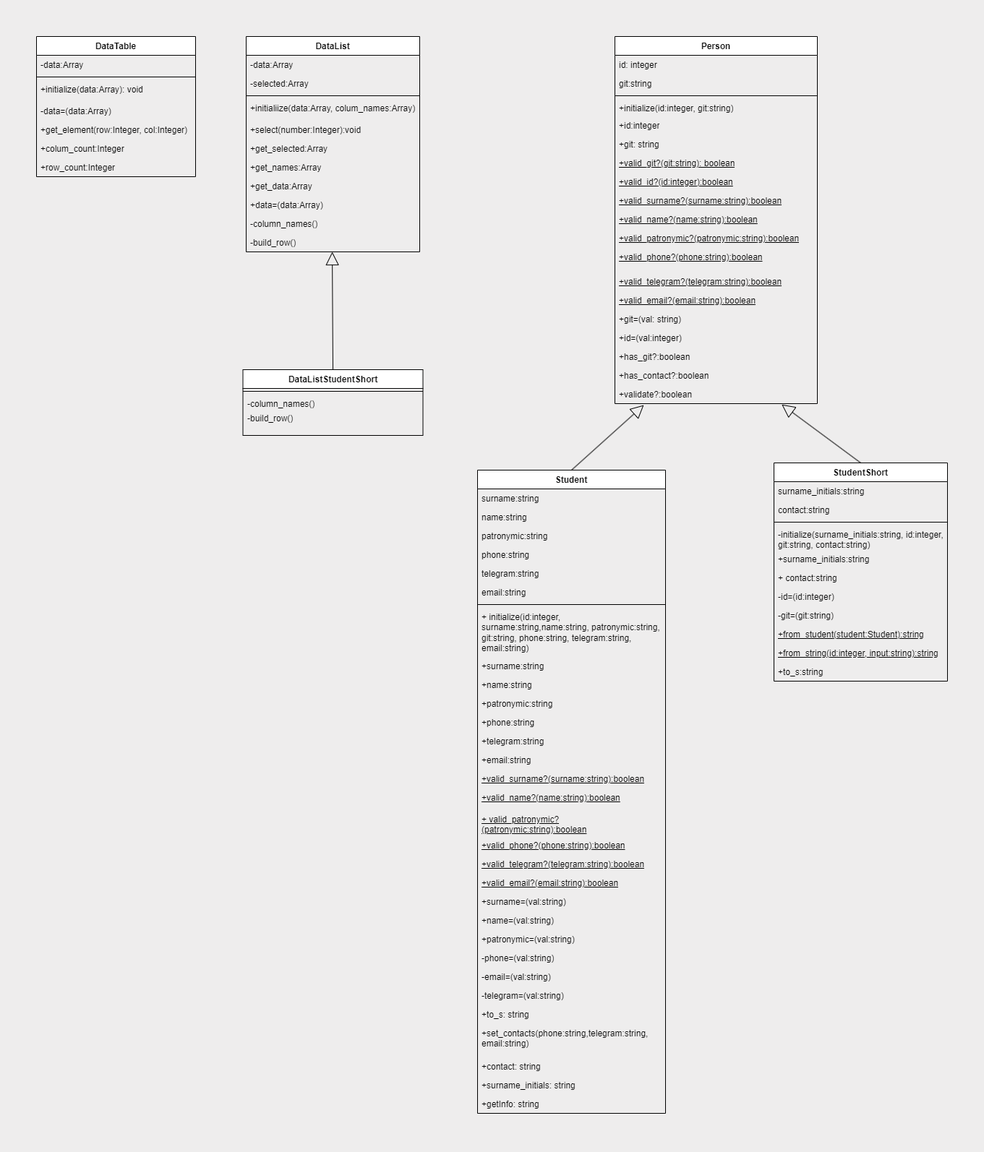
This is class_student/diagram1.png from llKristina/ruby, a draw.io export, as it was before one commit. Source tidied: cells renumbered, new cells last; positions are measured from the earlier drawing's top-left corner, leaving out a move shared by most shapes.
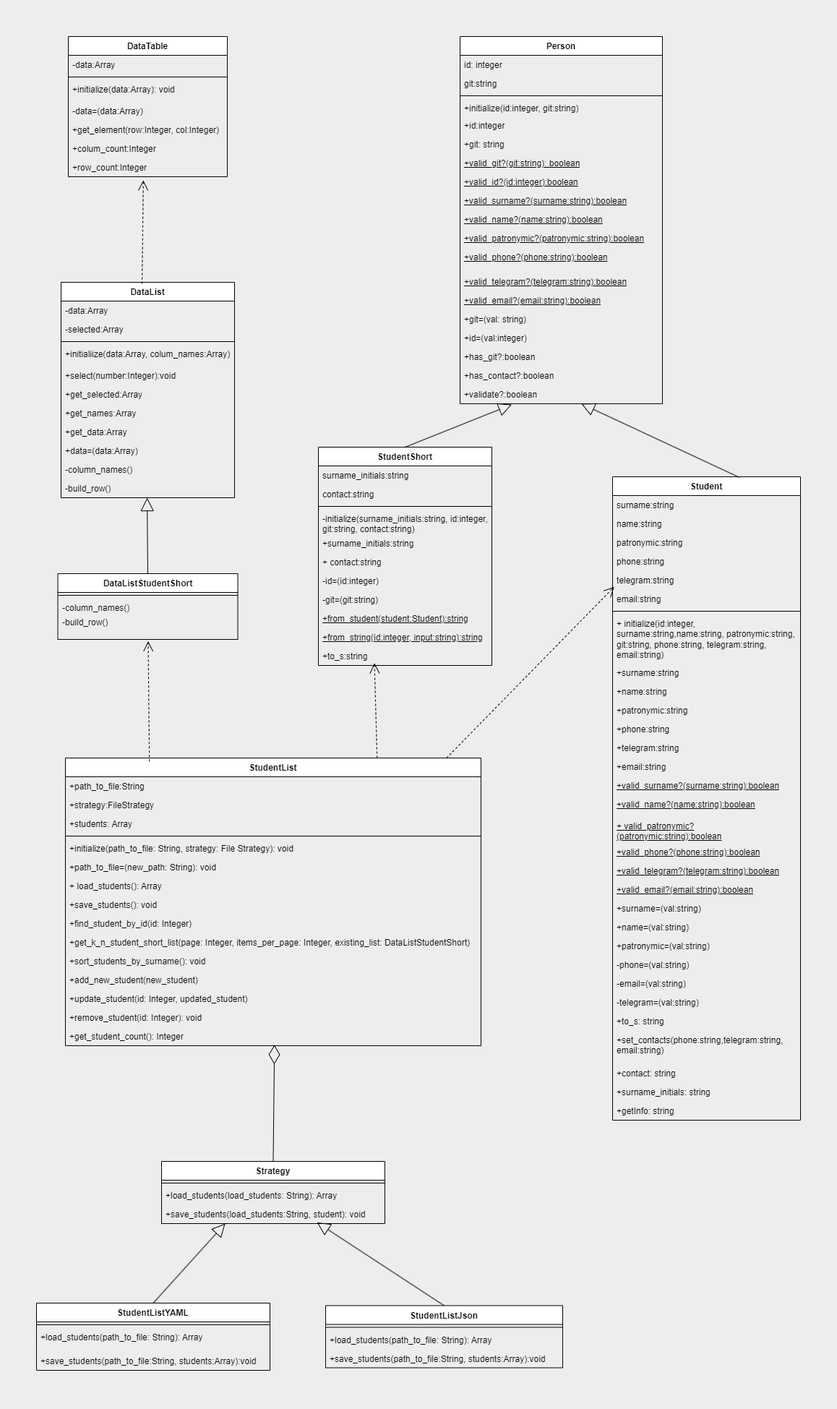
Above is the later version.

Diff of the diagram source:
```diff
@@ -63,7 +63,7 @@
       <mxGeometry y="482" width="280" height="26" as="geometry" />
     </mxCell>
     <mxCell id="22" value="Student" style="swimlane;fontStyle=1;align=center;verticalAlign=top;horizontal=1;startSize=26;whiteSpace=wrap;html=1;labelBackgroundColor=none;" parent="1" vertex="1">
-      <mxGeometry x="610" y="600" width="260" height="890" as="geometry" />
+      <mxGeometry x="1011" y="609" width="260" height="890" as="geometry" />
     </mxCell>
     <mxCell id="23" value="surname:string" style="text;strokeColor=none;fillColor=none;align=left;verticalAlign=top;spacingLeft=4;spacingRight=4;overflow=hidden;whiteSpace=wrap;html=1;labelBackgroundColor=none;" parent="22" vertex="1">
       <mxGeometry y="26" width="260" height="26" as="geometry" />
@@ -159,7 +159,7 @@
       <mxGeometry y="864" width="260" height="26" as="geometry" />
     </mxCell>
     <mxCell id="54" value="StudentShort" style="swimlane;fontStyle=1;align=center;verticalAlign=top;horizontal=1;startSize=26;whiteSpace=wrap;html=1;labelBackgroundColor=none;" parent="1" vertex="1">
-      <mxGeometry x="1020" y="590" width="240" height="302" as="geometry" />
+      <mxGeometry x="604" y="568" width="240" height="302" as="geometry" />
     </mxCell>
     <mxCell id="55" value="surname_initials:string" style="text;strokeColor=none;fillColor=none;align=left;verticalAlign=top;spacingLeft=4;spacingRight=4;overflow=hidden;whiteSpace=wrap;html=1;labelBackgroundColor=none;" parent="54" vertex="1">
       <mxGeometry y="26" width="240" height="26" as="geometry" />
@@ -194,16 +194,11 @@
     <mxCell id="65" value="+to_s:string" style="text;strokeColor=none;fillColor=none;align=left;verticalAlign=top;spacingLeft=4;spacingRight=4;overflow=hidden;points=[[0,0.5],[1,0.5]];portConstraint=eastwest;whiteSpace=wrap;html=1;labelBackgroundColor=none;" parent="54" vertex="1">
       <mxGeometry y="276" width="240" height="26" as="geometry" />
     </mxCell>
-    <mxCell id="66" style="endArrow=block;endSize=16;endFill=0;html=1;rounded=0;exitX=0.5;exitY=0;exitDx=0;exitDy=0;labelBackgroundColor=none;fontColor=default;" parent="1" edge="1" source="22">
-      <mxGeometry relative="1" as="geometry">
-        <mxPoint x="840" y="510" as="targetPoint" />
-      </mxGeometry>
-    </mxCell>
-    <mxCell id="67" style="endArrow=block;endSize=16;endFill=0;html=1;rounded=0;exitX=0.5;exitY=0;exitDx=0;exitDy=0;entryX=0.824;entryY=1.046;entryDx=0;entryDy=0;entryPerimeter=0;labelBackgroundColor=none;fontColor=default;" parent="1" edge="1" source="54" target="21">
+    <mxCell id="67" style="endArrow=block;endSize=16;endFill=0;html=1;rounded=0;exitX=0.675;exitY=0.001;exitDx=0;exitDy=0;labelBackgroundColor=none;fontColor=default;exitPerimeter=0;" parent="1" edge="1" source="22" target="21">
       <mxGeometry relative="1" as="geometry" />
     </mxCell>
     <mxCell id="68" value="DataTable" style="swimlane;fontStyle=1;align=center;verticalAlign=top;horizontal=1;startSize=26;whiteSpace=wrap;html=1;labelBackgroundColor=none;" parent="1" vertex="1">
-      <mxGeometry width="220" height="194" as="geometry" />
+      <mxGeometry x="258" width="220" height="194" as="geometry" />
     </mxCell>
     <mxCell id="69" value="-data:Array" style="text;strokeColor=none;fillColor=none;align=left;verticalAlign=top;spacingLeft=4;spacingRight=4;overflow=hidden;whiteSpace=wrap;html=1;labelBackgroundColor=none;" parent="68" vertex="1">
       <mxGeometry y="26" width="220" height="26" as="geometry" />
@@ -227,7 +222,7 @@
       <mxGeometry y="168" width="220" height="26" as="geometry" />
     </mxCell>
     <mxCell id="76" value="DataList" style="swimlane;fontStyle=1;align=center;verticalAlign=top;horizontal=1;startSize=26;whiteSpace=wrap;html=1;labelBackgroundColor=none;" parent="1" vertex="1">
-      <mxGeometry x="290" width="240" height="298" as="geometry" />
+      <mxGeometry x="248" y="340" width="240" height="298" as="geometry" />
     </mxCell>
     <mxCell id="77" value="-data:Array" style="text;strokeColor=none;fillColor=none;align=left;verticalAlign=top;spacingLeft=4;spacingRight=4;overflow=hidden;whiteSpace=wrap;html=1;labelBackgroundColor=none;" parent="76" vertex="1">
       <mxGeometry y="26" width="240" height="26" as="geometry" />
@@ -263,7 +258,7 @@
       <mxGeometry y="272" width="240" height="26" as="geometry" />
     </mxCell>
     <mxCell id="88" value="DataListStudentShort" style="swimlane;fontStyle=1;align=center;verticalAlign=top;horizontal=1;startSize=26;whiteSpace=wrap;html=1;labelBackgroundColor=none;" parent="1" vertex="1">
-      <mxGeometry x="285.5" y="461" width="249" height="91" as="geometry" />
+      <mxGeometry x="243.5" y="743" width="249" height="91" as="geometry" />
     </mxCell>
     <mxCell id="89" style="line;strokeWidth=1;fillColor=none;align=left;verticalAlign=middle;spacingTop=-1;spacingLeft=3;spacingRight=3;labelPosition=right;labelBackgroundColor=none;" parent="88" vertex="1">
       <mxGeometry y="26" width="249" height="8" as="geometry" />
@@ -277,5 +272,113 @@
     <mxCell id="92" style="endArrow=block;endSize=16;endFill=0;html=1;rounded=0;exitX=0.5;exitY=0;exitDx=0;exitDy=0;entryX=0.496;entryY=1;entryDx=0;entryDy=0;entryPerimeter=0;labelBackgroundColor=none;fontColor=default;" parent="1" edge="1" source="88" target="87">
       <mxGeometry relative="1" as="geometry" />
     </mxCell>
+    <mxCell id="93" style="endArrow=open;endSize=12;dashed=1;html=1;rounded=0;entryX=0.472;entryY=1.185;entryDx=0;entryDy=0;entryPerimeter=0;exitX=0.467;exitY=0.007;exitDx=0;exitDy=0;exitPerimeter=0;" parent="1" edge="1" source="76" target="75">
+      <mxGeometry relative="1" as="geometry" />
+    </mxCell>
+    <mxCell id="66" style="endArrow=block;endSize=16;endFill=0;html=1;rounded=0;labelBackgroundColor=none;fontColor=default;entryX=0.255;entryY=1.046;entryDx=0;entryDy=0;entryPerimeter=0;exitX=0.5;exitY=0;exitDx=0;exitDy=0;" parent="1" edge="1" source="54" target="21">
+      <mxGeometry relative="1" as="geometry" />
+    </mxCell>
+    <mxCell id="94" value="StudentList" style="swimlane;fontStyle=1;align=center;verticalAlign=top;horizontal=1;startSize=26;whiteSpace=wrap;html=1;" parent="1" vertex="1">
+      <mxGeometry x="254" y="998" width="575" height="398" as="geometry" />
+    </mxCell>
+    <mxCell id="95" value="+path_to_file:String" style="text;strokeColor=none;fillColor=none;align=left;verticalAlign=top;spacingLeft=4;spacingRight=4;overflow=hidden;whiteSpace=wrap;html=1;" parent="94" vertex="1">
+      <mxGeometry y="26" width="575" height="26" as="geometry" />
+    </mxCell>
+    <mxCell id="96" value="+strategy:FileStrategy" style="text;strokeColor=none;fillColor=none;align=left;verticalAlign=top;spacingLeft=4;spacingRight=4;overflow=hidden;whiteSpace=wrap;html=1;" parent="94" vertex="1">
+      <mxGeometry y="52" width="575" height="26" as="geometry" />
+    </mxCell>
+    <mxCell id="97" value="+students: Array" style="text;strokeColor=none;fillColor=none;align=left;verticalAlign=top;spacingLeft=4;spacingRight=4;overflow=hidden;whiteSpace=wrap;html=1;" parent="94" vertex="1">
+      <mxGeometry y="78" width="575" height="26" as="geometry" />
+    </mxCell>
+    <mxCell id="98" style="line;strokeWidth=1;fillColor=none;align=left;verticalAlign=middle;spacingTop=-1;spacingLeft=3;spacingRight=3;labelPosition=right;strokeColor=inherit;" parent="94" vertex="1">
+      <mxGeometry y="104" width="575" height="8" as="geometry" />
+    </mxCell>
+    <mxCell id="99" value="+initialize(path_to_file: String, strategy: File Strategy): void" style="text;strokeColor=none;fillColor=none;align=left;verticalAlign=top;spacingLeft=4;spacingRight=4;overflow=hidden;whiteSpace=wrap;html=1;" parent="94" vertex="1">
+      <mxGeometry y="112" width="575" height="26" as="geometry" />
+    </mxCell>
+    <mxCell id="100" value="+path_to_file=(new_path: String): void" style="text;strokeColor=none;fillColor=none;align=left;verticalAlign=top;spacingLeft=4;spacingRight=4;overflow=hidden;whiteSpace=wrap;html=1;" parent="94" vertex="1">
+      <mxGeometry y="138" width="575" height="26" as="geometry" />
+    </mxCell>
+    <mxCell id="101" value="+ load_students(): Array" style="text;strokeColor=none;fillColor=none;align=left;verticalAlign=top;spacingLeft=4;spacingRight=4;overflow=hidden;whiteSpace=wrap;html=1;" parent="94" vertex="1">
+      <mxGeometry y="164" width="575" height="26" as="geometry" />
+    </mxCell>
+    <mxCell id="102" value="+save_students(): void" style="text;strokeColor=none;fillColor=none;align=left;verticalAlign=top;spacingLeft=4;spacingRight=4;overflow=hidden;whiteSpace=wrap;html=1;" parent="94" vertex="1">
+      <mxGeometry y="190" width="575" height="26" as="geometry" />
+    </mxCell>
+    <mxCell id="103" value="+find_student_by_id(id: Integer)" style="text;strokeColor=none;fillColor=none;align=left;verticalAlign=top;spacingLeft=4;spacingRight=4;overflow=hidden;whiteSpace=wrap;html=1;" parent="94" vertex="1">
+      <mxGeometry y="216" width="575" height="26" as="geometry" />
+    </mxCell>
+    <mxCell id="104" value="+get_k_n_student_short_list(page: Integer, items_per_page: Integer, existing_list: DataListStudentShort)" style="text;strokeColor=none;fillColor=none;align=left;verticalAlign=top;spacingLeft=4;spacingRight=4;overflow=hidden;whiteSpace=wrap;html=1;" parent="94" vertex="1">
+      <mxGeometry y="242" width="575" height="26" as="geometry" />
+    </mxCell>
+    <mxCell id="105" value="+sort_students_by_surname(): void" style="text;strokeColor=none;fillColor=none;align=left;verticalAlign=top;spacingLeft=4;spacingRight=4;overflow=hidden;whiteSpace=wrap;html=1;" parent="94" vertex="1">
+      <mxGeometry y="268" width="575" height="26" as="geometry" />
+    </mxCell>
+    <mxCell id="106" value="+add_new_student(new_student)" style="text;strokeColor=none;fillColor=none;align=left;verticalAlign=top;spacingLeft=4;spacingRight=4;overflow=hidden;whiteSpace=wrap;html=1;" parent="94" vertex="1">
+      <mxGeometry y="294" width="575" height="26" as="geometry" />
+    </mxCell>
+    <mxCell id="107" value="+update_student(id: Integer, updated_student)" style="text;strokeColor=none;fillColor=none;align=left;verticalAlign=top;spacingLeft=4;spacingRight=4;overflow=hidden;whiteSpace=wrap;html=1;" parent="94" vertex="1">
+      <mxGeometry y="320" width="575" height="26" as="geometry" />
+    </mxCell>
+    <mxCell id="108" value="+remove_student(id: Integer): void" style="text;strokeColor=none;fillColor=none;align=left;verticalAlign=top;spacingLeft=4;spacingRight=4;overflow=hidden;whiteSpace=wrap;html=1;" parent="94" vertex="1">
+      <mxGeometry y="346" width="575" height="26" as="geometry" />
+    </mxCell>
+    <mxCell id="109" value="+get_student_count(): Integer" style="text;strokeColor=none;fillColor=none;align=left;verticalAlign=top;spacingLeft=4;spacingRight=4;overflow=hidden;points=[[0,0.5],[1,0.5]];portConstraint=eastwest;whiteSpace=wrap;html=1;" parent="94" vertex="1">
+      <mxGeometry y="372" width="575" height="26" as="geometry" />
+    </mxCell>
+    <mxCell id="110" style="endArrow=open;endSize=12;dashed=1;html=1;rounded=0;exitX=0.202;exitY=0.012;exitDx=0;exitDy=0;exitPerimeter=0;entryX=0.502;entryY=1.065;entryDx=0;entryDy=0;entryPerimeter=0;" parent="1" edge="1" source="94" target="91">
+      <mxGeometry relative="1" as="geometry" />
+    </mxCell>
+    <mxCell id="111" style="endArrow=open;endSize=12;dashed=1;html=1;rounded=0;exitX=0.75;exitY=0;exitDx=0;exitDy=0;entryX=0.323;entryY=0.877;entryDx=0;entryDy=0;entryPerimeter=0;" parent="1" edge="1" source="94" target="65">
+      <mxGeometry relative="1" as="geometry" />
+    </mxCell>
+    <mxCell id="112" style="endArrow=open;endSize=12;dashed=1;html=1;rounded=0;exitX=0.917;exitY=0;exitDx=0;exitDy=0;exitPerimeter=0;entryX=0.009;entryY=-0.146;entryDx=0;entryDy=0;entryPerimeter=0;" parent="1" edge="1" source="94" target="28">
+      <mxGeometry relative="1" as="geometry" />
+    </mxCell>
+    <mxCell id="113" value="Strategy" style="swimlane;fontStyle=1;align=center;verticalAlign=top;horizontal=1;startSize=26;whiteSpace=wrap;html=1;" parent="1" vertex="1">
+      <mxGeometry x="387" y="1556" width="309" height="86" as="geometry" />
+    </mxCell>
+    <mxCell id="114" style="line;strokeWidth=1;fillColor=none;align=left;verticalAlign=middle;spacingTop=-1;spacingLeft=3;spacingRight=3;labelPosition=right;strokeColor=inherit;" parent="113" vertex="1">
+      <mxGeometry y="26" width="309" height="8" as="geometry" />
+    </mxCell>
+    <mxCell id="115" value="+load_students(load_students: String): Array" style="text;strokeColor=none;fillColor=none;align=left;verticalAlign=top;spacingLeft=4;spacingRight=4;overflow=hidden;whiteSpace=wrap;html=1;" parent="113" vertex="1">
+      <mxGeometry y="34" width="309" height="26" as="geometry" />
+    </mxCell>
+    <mxCell id="116" value="+save_students(load_students:String, student): void" style="text;strokeColor=none;fillColor=none;align=left;verticalAlign=top;spacingLeft=4;spacingRight=4;overflow=hidden;points=[[0,0.5],[1,0.5]];portConstraint=eastwest;whiteSpace=wrap;html=1;" parent="113" vertex="1">
+      <mxGeometry y="60" width="309" height="26" as="geometry" />
+    </mxCell>
+    <mxCell id="117" style="endArrow=diamondThin;endFill=0;endSize=24;html=1;rounded=0;entryX=0.503;entryY=0.954;entryDx=0;entryDy=0;entryPerimeter=0;exitX=0.5;exitY=0;exitDx=0;exitDy=0;" parent="1" edge="1" source="113" target="109">
+      <mxGeometry relative="1" as="geometry" />
+    </mxCell>
+    <mxCell id="118" value="StudentListYAML" style="swimlane;fontStyle=1;align=center;verticalAlign=top;horizontal=1;startSize=26;whiteSpace=wrap;html=1;" parent="1" vertex="1">
+      <mxGeometry x="214" y="1752" width="323" height="93" as="geometry" />
+    </mxCell>
+    <mxCell id="119" style="line;strokeWidth=1;fillColor=none;align=left;verticalAlign=middle;spacingTop=-1;spacingLeft=3;spacingRight=3;labelPosition=right;strokeColor=inherit;" parent="118" vertex="1">
+      <mxGeometry y="26" width="323" height="8" as="geometry" />
+    </mxCell>
+    <mxCell id="120" value="+load_students(path_to_file: String): Array" style="text;strokeColor=none;fillColor=none;align=left;verticalAlign=top;spacingLeft=4;spacingRight=4;overflow=hidden;whiteSpace=wrap;html=1;" parent="118" vertex="1">
+      <mxGeometry y="34" width="323" height="33" as="geometry" />
+    </mxCell>
+    <mxCell id="121" value="+save_students(path_to_file:String, students:Array):void" style="text;strokeColor=none;fillColor=none;align=left;verticalAlign=top;spacingLeft=4;spacingRight=4;overflow=hidden;whiteSpace=wrap;html=1;" parent="118" vertex="1">
+      <mxGeometry y="67" width="323" height="26" as="geometry" />
+    </mxCell>
+    <mxCell id="122" style="endArrow=block;endSize=16;endFill=0;html=1;rounded=0;entryX=0.285;entryY=1;entryDx=0;entryDy=0;entryPerimeter=0;exitX=0.5;exitY=0;exitDx=0;exitDy=0;" parent="1" edge="1" source="118" target="116">
+      <mxGeometry x="-0.12" relative="1" as="geometry" />
+    </mxCell>
+    <mxCell id="123" value="StudentListJson" style="swimlane;fontStyle=1;align=center;verticalAlign=top;horizontal=1;startSize=26;whiteSpace=wrap;html=1;" parent="1" vertex="1">
+      <mxGeometry x="614" y="1755.5" width="328" height="86" as="geometry" />
+    </mxCell>
+    <mxCell id="124" style="line;strokeWidth=1;fillColor=none;align=left;verticalAlign=middle;spacingTop=-1;spacingLeft=3;spacingRight=3;labelPosition=right;strokeColor=inherit;" parent="123" vertex="1">
+      <mxGeometry y="26" width="328" height="8" as="geometry" />
+    </mxCell>
+    <mxCell id="125" value="+load_students(path_to_file: String): Array" style="text;strokeColor=none;fillColor=none;align=left;verticalAlign=top;spacingLeft=4;spacingRight=4;overflow=hidden;whiteSpace=wrap;html=1;" parent="123" vertex="1">
+      <mxGeometry y="34" width="328" height="26" as="geometry" />
+    </mxCell>
+    <mxCell id="126" value="+save_students(path_to_file:String, students:Array):void" style="text;strokeColor=none;fillColor=none;align=left;verticalAlign=top;spacingLeft=4;spacingRight=4;overflow=hidden;whiteSpace=wrap;html=1;" parent="123" vertex="1">
+      <mxGeometry y="60" width="328" height="26" as="geometry" />
+    </mxCell>
+    <mxCell id="127" style="endArrow=block;endSize=16;endFill=0;html=1;rounded=0;entryX=0.696;entryY=0.938;entryDx=0;entryDy=0;entryPerimeter=0;exitX=0.5;exitY=0;exitDx=0;exitDy=0;" parent="1" edge="1" source="123" target="116">
+      <mxGeometry x="-0.12" relative="1" as="geometry" />
+    </mxCell>
   </root>
 </mxGraphModel>
```
